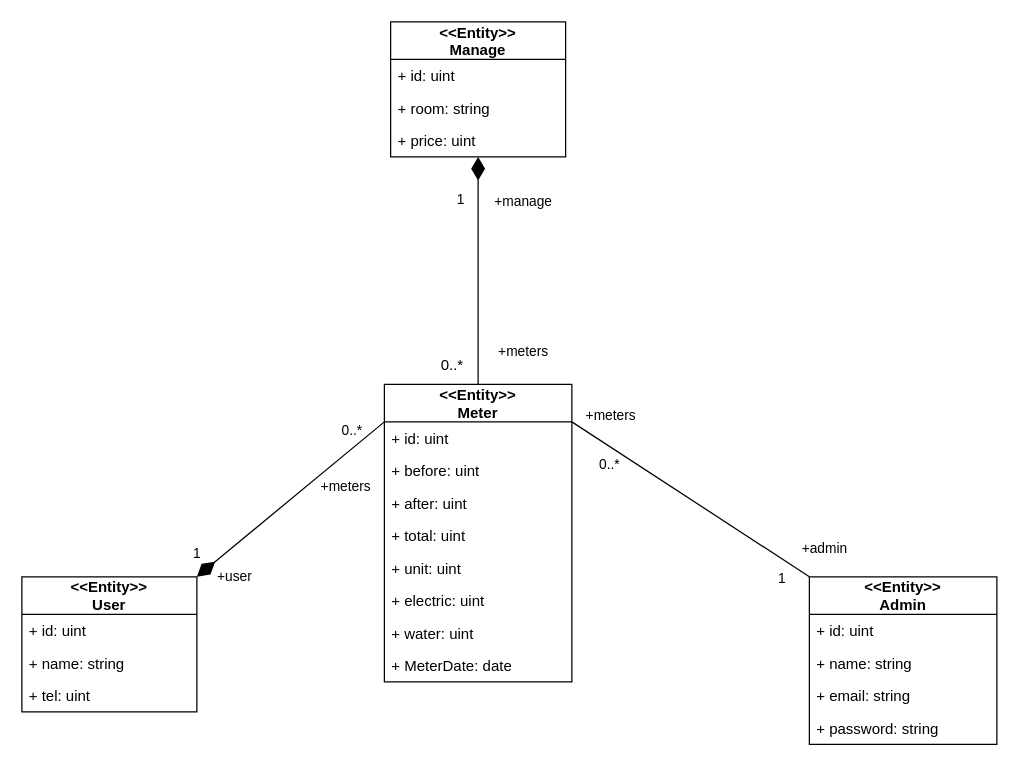
Before: page "Design1" (8 of 21) of SE.drawio in nunpromporn/SE, a draw.io diagram. Source tidied: cells renumbered, new cells numbered last; positions are measured from the earlier drawing's top-left corner, leaving out a move shared by most shapes. Both pictures are drawn from the tidied source at 125%, with x=0, y=0 at pixel (21, 21).
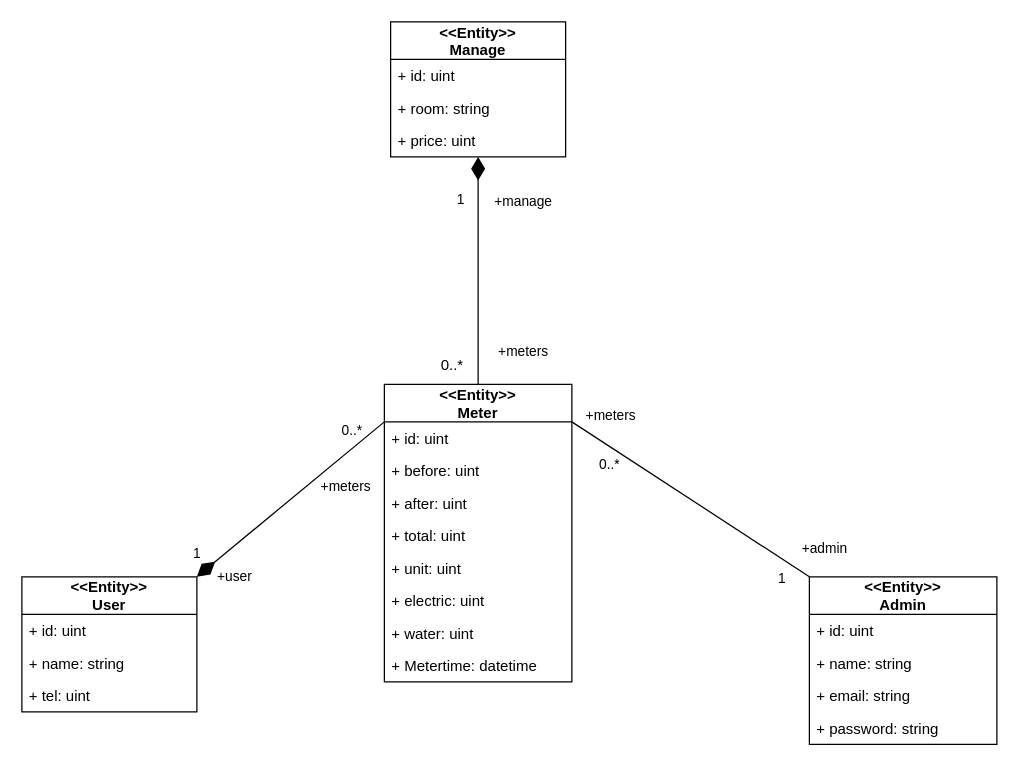
The same page after the edit.

Unchanged cells that the change refers to:
```xml
<mxCell id="6" value="&lt;&lt;Entity&gt;&gt;&#10;Meter" style="swimlane;fontStyle=1;horizontal=1;startSize=30;fillColor=none;" parent="1" vertex="1">
  <mxGeometry x="290" y="290" width="150" height="238" as="geometry" />
</mxCell>
```

What changed in the source:
```diff
@@
-    <mxCell id="14" value="+ MeterDate: date" style="text;strokeColor=none;fillColor=none;align=left;verticalAlign=top;spacingLeft=4;spacingRight=4;overflow=hidden;" parent="6" vertex="1">
+    <mxCell id="14" value="+ Metertime: datetime" style="text;strokeColor=none;fillColor=none;align=left;verticalAlign=top;spacingLeft=4;spacingRight=4;overflow=hidden;" parent="6" vertex="1">
       <mxGeometry y="212" width="150" height="26" as="geometry" />
     </mxCell>
```
